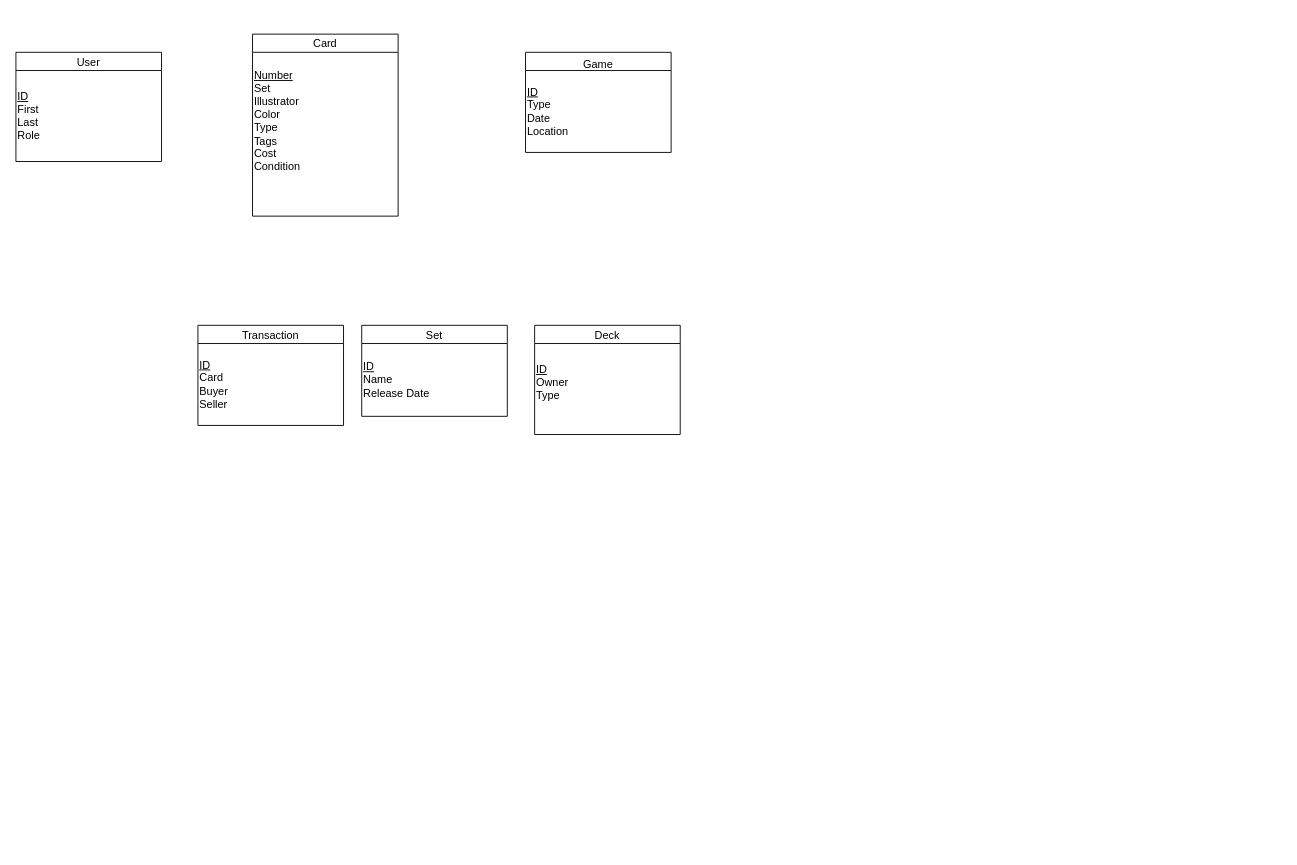
Earlier version of the draw.io diagram Project Phase 2.drawio (jacobvigliotti/ICS-Database-Group-Project). Source tidied: cells renumbered, new cells numbered last; positions are measured from the earlier drawing's top-left corner, leaving out a move shared by most shapes. Both pictures are drawn from the tidied source at 91%, with x=0, y=0 at pixel (15, 34).
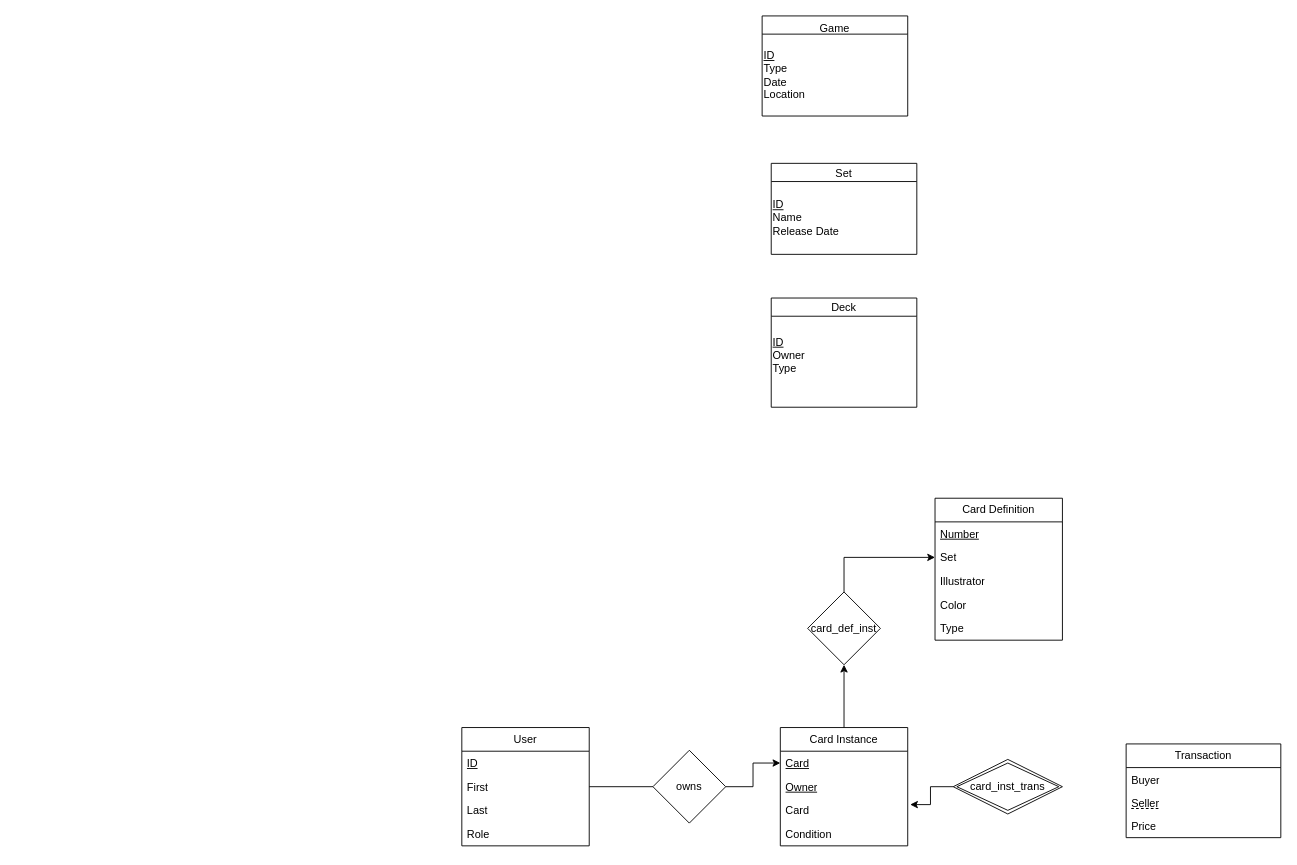
The same diagram, later.

The edit, as a diff of the source:
```diff
@@
-    <mxCell id="2" value="Card" style="swimlane;fontStyle=0;horizontal=1;startSize=20;fillColor=#ffffff;swimlaneFillColor=#ffffff;" parent="1" vertex="1">
-      <mxGeometry x="260" width="160" height="200" as="geometry" />
-    </mxCell>
-    <mxCell id="3" value="&lt;div style=&quot;&quot;&gt;&lt;div&gt;&lt;u style=&quot;&quot;&gt;Number&lt;/u&gt;&lt;/div&gt;&lt;/div&gt;&lt;div style=&quot;&quot;&gt;Set&lt;/div&gt;&lt;div style=&quot;&quot;&gt;&lt;span style=&quot;background-color: initial;&quot;&gt;Illustrator&lt;/span&gt;&lt;br&gt;&lt;/div&gt;&lt;div style=&quot;&quot;&gt;Color&lt;/div&gt;&lt;div style=&quot;&quot;&gt;Type&lt;/div&gt;&lt;div style=&quot;&quot;&gt;Tags&lt;/div&gt;&lt;div style=&quot;&quot;&gt;Cost&lt;/div&gt;&lt;div style=&quot;&quot;&gt;Condition&lt;/div&gt;&lt;div style=&quot;&quot;&gt;&lt;br&gt;&lt;/div&gt;&lt;div style=&quot;&quot;&gt;&lt;br&gt;&lt;/div&gt;" style="text;strokeColor=none;align=left;fillColor=none;html=1;verticalAlign=middle;whiteSpace=wrap;rounded=0;" parent="2" vertex="1">
-      <mxGeometry y="20" width="160" height="180" as="geometry" />
-    </mxCell>
-    <mxCell id="4" value="Transaction" style="swimlane;fontStyle=0;horizontal=1;startSize=20;fillColor=#ffffff;swimlaneFillColor=#ffffff;" parent="1" vertex="1">
-      <mxGeometry x="200" y="320" width="160" height="110" as="geometry" />
-    </mxCell>
-    <mxCell id="5" value="&lt;u&gt;ID&lt;/u&gt;&lt;div&gt;Card&lt;/div&gt;&lt;div&gt;Buyer&lt;/div&gt;&lt;div&gt;Seller&lt;br&gt;&lt;/div&gt;" style="text;strokeColor=none;align=left;fillColor=none;html=1;verticalAlign=middle;whiteSpace=wrap;rounded=0;" parent="4" vertex="1">
-      <mxGeometry y="20" width="160" height="90" as="geometry" />
-    </mxCell>
     <mxCell id="6" value="Set" style="swimlane;fontStyle=0;horizontal=1;startSize=20;fillColor=#ffffff;swimlaneFillColor=#ffffff;" parent="1" vertex="1">
-      <mxGeometry x="380" y="320" width="160" height="100" as="geometry" />
+      <mxGeometry x="830" y="142" width="160" height="100" as="geometry" />
     </mxCell>
@@
     <mxCell id="8" value="Deck" style="swimlane;fontStyle=0;horizontal=1;startSize=20;fillColor=#ffffff;swimlaneFillColor=#ffffff;" parent="1" vertex="1">
-      <mxGeometry x="570" y="320" width="160" height="120" as="geometry" />
+      <mxGeometry x="830" y="290" width="160" height="120" as="geometry" />
     </mxCell>
@@
     <mxCell id="10" value="Game" style="swimlane;fontStyle=0;horizontal=1;startSize=20;fillColor=#ffffff;swimlaneFillColor=#ffffff;verticalAlign=top;" parent="1" vertex="1">
-      <mxGeometry x="560" y="20" width="160" height="110" as="geometry" />
+      <mxGeometry x="820" y="-20" width="160" height="110" as="geometry" />
     </mxCell>
@@
-    <mxCell id="12" value="User" style="swimlane;fontStyle=0;horizontal=1;startSize=20;fillColor=#ffffff;swimlaneFillColor=#ffffff;" parent="1" vertex="1">
-      <mxGeometry y="20" width="160" height="120" as="geometry" />
+    <mxCell id="12" value="User" style="swimlane;fontStyle=0;horizontal=1;startSize=26;fillColor=none;whiteSpace=wrap;html=1;" parent="1" vertex="1">
+      <mxGeometry x="490" y="762" width="140" height="130" as="geometry" />
     </mxCell>
-    <mxCell id="13" value="&lt;div style=&quot;&quot;&gt;&lt;span style=&quot;background-color: initial;&quot;&gt;&lt;u&gt;ID&lt;/u&gt;&lt;/span&gt;&lt;/div&gt;&lt;div style=&quot;&quot;&gt;&lt;span style=&quot;background-color: initial;&quot;&gt;First&lt;/span&gt;&lt;/div&gt;&lt;div style=&quot;&quot;&gt;Last&lt;/div&gt;&lt;div style=&quot;&quot;&gt;Role&lt;/div&gt;" style="text;strokeColor=none;align=left;fillColor=none;html=1;verticalAlign=middle;whiteSpace=wrap;rounded=0;" parent="12" vertex="1">
-      <mxGeometry y="20" width="160" height="100" as="geometry" />
-    </mxCell>
+    <mxCell id="14" value="&lt;u&gt;ID&lt;/u&gt;" style="text;strokeColor=none;fillColor=none;align=left;verticalAlign=top;spacingLeft=4;spacingRight=4;overflow=hidden;whiteSpace=wrap;html=1;" parent="12" vertex="1">
+      <mxGeometry y="26" width="140" height="26" as="geometry" />
+    </mxCell>
+    <mxCell id="15" value="First" style="text;strokeColor=none;fillColor=none;align=left;verticalAlign=top;spacingLeft=4;spacingRight=4;overflow=hidden;points=[[0,0.5],[1,0.5]];portConstraint=eastwest;whiteSpace=wrap;html=1;" parent="12" vertex="1">
+      <mxGeometry y="52" width="140" height="26" as="geometry" />
+    </mxCell>
+    <mxCell id="16" value="Last" style="text;strokeColor=none;fillColor=none;align=left;verticalAlign=top;spacingLeft=4;spacingRight=4;overflow=hidden;whiteSpace=wrap;html=1;" parent="12" vertex="1">
+      <mxGeometry y="78" width="140" height="26" as="geometry" />
+    </mxCell>
+    <mxCell id="17" value="Role" style="text;strokeColor=none;fillColor=none;align=left;verticalAlign=top;spacingLeft=4;spacingRight=4;overflow=hidden;whiteSpace=wrap;html=1;" parent="12" vertex="1">
+      <mxGeometry y="104" width="140" height="26" as="geometry" />
+    </mxCell>
+    <mxCell id="18" value="Card Definition" style="swimlane;fontStyle=0;horizontal=1;startSize=26;fillColor=none;whiteSpace=wrap;html=1;" parent="1" vertex="1">
+      <mxGeometry x="1010" y="510" width="140" height="156" as="geometry" />
+    </mxCell>
+    <mxCell id="19" value="&lt;u&gt;Number&lt;/u&gt;" style="text;strokeColor=none;fillColor=none;align=left;verticalAlign=top;spacingLeft=4;spacingRight=4;overflow=hidden;whiteSpace=wrap;html=1;" parent="18" vertex="1">
+      <mxGeometry y="26" width="140" height="26" as="geometry" />
+    </mxCell>
+    <mxCell id="20" value="Set" style="text;strokeColor=none;fillColor=none;align=left;verticalAlign=top;spacingLeft=4;spacingRight=4;overflow=hidden;points=[[0,0.5],[1,0.5]];portConstraint=eastwest;whiteSpace=wrap;html=1;" parent="18" vertex="1">
+      <mxGeometry y="52" width="140" height="26" as="geometry" />
+    </mxCell>
+    <mxCell id="21" value="&lt;div&gt;&lt;span style=&quot;background-color: initial;&quot;&gt;Illustrator&lt;/span&gt;&lt;br&gt;&lt;/div&gt;&lt;div&gt;&lt;span style=&quot;background-color: initial;&quot;&gt;&lt;br&gt;&lt;/span&gt;&lt;/div&gt;" style="text;strokeColor=none;fillColor=none;align=left;verticalAlign=top;spacingLeft=4;spacingRight=4;overflow=hidden;whiteSpace=wrap;html=1;" parent="18" vertex="1">
+      <mxGeometry y="78" width="140" height="26" as="geometry" />
+    </mxCell>
+    <mxCell id="22" value="&lt;div&gt;Color&lt;/div&gt;&lt;div&gt;&lt;br&gt;&lt;/div&gt;" style="text;strokeColor=none;fillColor=none;align=left;verticalAlign=top;spacingLeft=4;spacingRight=4;overflow=hidden;whiteSpace=wrap;html=1;" parent="18" vertex="1">
+      <mxGeometry y="104" width="140" height="26" as="geometry" />
+    </mxCell>
+    <mxCell id="23" value="&lt;div&gt;Type&lt;/div&gt;&lt;div&gt;&lt;br&gt;&lt;/div&gt;" style="text;strokeColor=none;fillColor=none;align=left;verticalAlign=top;spacingLeft=4;spacingRight=4;overflow=hidden;whiteSpace=wrap;html=1;" parent="18" vertex="1">
+      <mxGeometry y="130" width="140" height="26" as="geometry" />
+    </mxCell>
+    <mxCell id="24" style="edgeStyle=orthogonalEdgeStyle;rounded=0;jettySize=auto;html=1;exitX=0;exitY=0.5;exitDx=0;exitDy=0;entryX=1;entryY=0.5;entryDx=0;entryDy=0;startArrow=none;startFill=0;endArrow=none;endFill=0;" parent="1" edge="1" source="26" target="15">
+      <mxGeometry relative="1" as="geometry" />
+    </mxCell>
+    <mxCell id="25" style="edgeStyle=orthogonalEdgeStyle;rounded=0;jettySize=auto;html=1;entryX=0;entryY=0.5;entryDx=0;entryDy=0;" parent="1" edge="1" source="26" target="29">
+      <mxGeometry relative="1" as="geometry" />
+    </mxCell>
+    <mxCell id="26" value="owns" style="rhombus;whiteSpace=wrap;html=1;" parent="1" vertex="1">
+      <mxGeometry x="700" y="787" width="80" height="80" as="geometry" />
+    </mxCell>
+    <mxCell id="27" style="edgeStyle=orthogonalEdgeStyle;rounded=0;jettySize=auto;html=1;exitX=0.5;exitY=0;exitDx=0;exitDy=0;entryX=0;entryY=0.5;entryDx=0;entryDy=0;" parent="1" edge="1" source="34" target="20">
+      <mxGeometry relative="1" as="geometry">
+        <Array as="points">
+          <mxPoint x="910" y="575" />
+        </Array>
+      </mxGeometry>
+    </mxCell>
+    <mxCell id="28" value="Card Instance" style="swimlane;fontStyle=0;horizontal=1;startSize=26;fillColor=none;whiteSpace=wrap;html=1;" parent="1" vertex="1">
+      <mxGeometry x="840" y="762" width="140" height="130" as="geometry" />
+    </mxCell>
+    <mxCell id="29" value="Card" style="text;strokeColor=none;fillColor=none;align=left;verticalAlign=top;spacingLeft=4;spacingRight=4;overflow=hidden;points=[[0,0.5],[1,0.5]];portConstraint=eastwest;whiteSpace=wrap;html=1;fontStyle=4;" parent="28" vertex="1">
+      <mxGeometry y="26" width="140" height="26" as="geometry" />
+    </mxCell>
+    <mxCell id="30" value="&lt;div&gt;Owner&lt;/div&gt;" style="text;strokeColor=none;fillColor=none;align=left;verticalAlign=top;spacingLeft=4;spacingRight=4;overflow=hidden;whiteSpace=wrap;html=1;fontStyle=4;" parent="28" vertex="1">
+      <mxGeometry y="52" width="140" height="26" as="geometry" />
+    </mxCell>
+    <mxCell id="31" value="Card" style="text;strokeColor=none;fillColor=none;align=left;verticalAlign=top;spacingLeft=4;spacingRight=4;overflow=hidden;points=[[0,0.5],[1,0.5]];portConstraint=eastwest;whiteSpace=wrap;html=1;" parent="28" vertex="1">
+      <mxGeometry y="78" width="140" height="26" as="geometry" />
+    </mxCell>
+    <mxCell id="32" value="&lt;div&gt;Condition&lt;/div&gt;&lt;div&gt;&lt;br&gt;&lt;/div&gt;" style="text;strokeColor=none;fillColor=none;align=left;verticalAlign=top;spacingLeft=4;spacingRight=4;overflow=hidden;whiteSpace=wrap;html=1;" parent="28" vertex="1">
+      <mxGeometry y="104" width="140" height="26" as="geometry" />
+    </mxCell>
+    <mxCell id="33" style="edgeStyle=orthogonalEdgeStyle;rounded=0;jettySize=auto;html=1;exitX=0.5;exitY=0;exitDx=0;exitDy=0;entryX=0.5;entryY=1;entryDx=0;entryDy=0;" parent="1" edge="1" source="28" target="34">
+      <mxGeometry relative="1" as="geometry" />
+    </mxCell>
+    <mxCell id="34" value="card_def_inst" style="rhombus;whiteSpace=wrap;html=1;" parent="1" vertex="1">
+      <mxGeometry x="870" y="613" width="80" height="80" as="geometry" />
+    </mxCell>
+    <mxCell id="35" style="edgeStyle=orthogonalEdgeStyle;rounded=0;jettySize=auto;html=1;exitX=0;exitY=0.5;exitDx=0;exitDy=0;entryX=1.019;entryY=0.256;entryDx=0;entryDy=0;entryPerimeter=0;" parent="1" edge="1" source="36" target="31">
+      <mxGeometry relative="1" as="geometry" />
+    </mxCell>
+    <mxCell id="36" value="card_inst_trans" style="shape=rhombus;double=1;perimeter=rhombusPerimeter;whiteSpace=wrap;html=1;align=center;" parent="1" vertex="1">
+      <mxGeometry x="1030" y="797" width="120" height="60" as="geometry" />
+    </mxCell>
+    <mxCell id="4" value="Transaction" style="swimlane;fontStyle=0;horizontal=1;startSize=26;fillColor=none;whiteSpace=wrap;html=1;strokeColor=default;" parent="1" vertex="1">
+      <mxGeometry x="1220" y="780" width="170" height="103" as="geometry" />
+    </mxCell>
+    <mxCell id="37" value="Buyer" style="text;strokeColor=none;fillColor=none;align=left;verticalAlign=top;spacingLeft=4;spacingRight=4;overflow=hidden;whiteSpace=wrap;html=1;fontStyle=0;fillStyle=hatch;perimeterSpacing=4;dashed=1;dashPattern=8 8;strokeWidth=11;" parent="4" vertex="1">
+      <mxGeometry y="26" width="170" height="26" as="geometry" />
+    </mxCell>
+    <mxCell id="38" value="&lt;div style=&quot;padding-left: 0px; margin-bottom: 0px; text-decoration-line: underline; text-decoration-style: dashed;&quot;&gt;Seller&lt;/div&gt;" style="text;strokeColor=none;fillColor=none;align=left;verticalAlign=top;spacingLeft=4;spacingRight=4;overflow=hidden;whiteSpace=wrap;html=1;fontStyle=0;" parent="4" vertex="1">
+      <mxGeometry y="52" width="170" height="25" as="geometry" />
+    </mxCell>
+    <mxCell id="39" value="Price" style="text;strokeColor=none;fillColor=none;align=left;verticalAlign=top;spacingLeft=4;spacingRight=4;overflow=hidden;whiteSpace=wrap;html=1;" parent="4" vertex="1">
+      <mxGeometry y="77" width="170" height="26" as="geometry" />
+    </mxCell>
```
